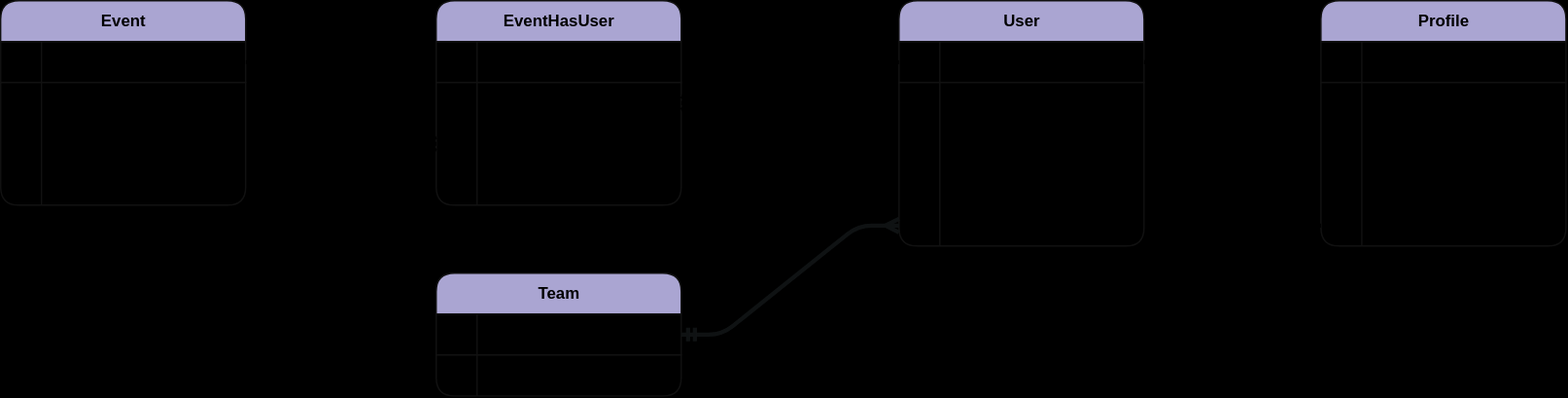
Zain031/Battle_Arena keeps this draw.io diagram as EsportRush.drawio.svg. Above is the earlier version. Source tidied: cells renumbered, new cells last; positions are measured from the earlier drawing's top-left corner, leaving out a move shared by most shapes.
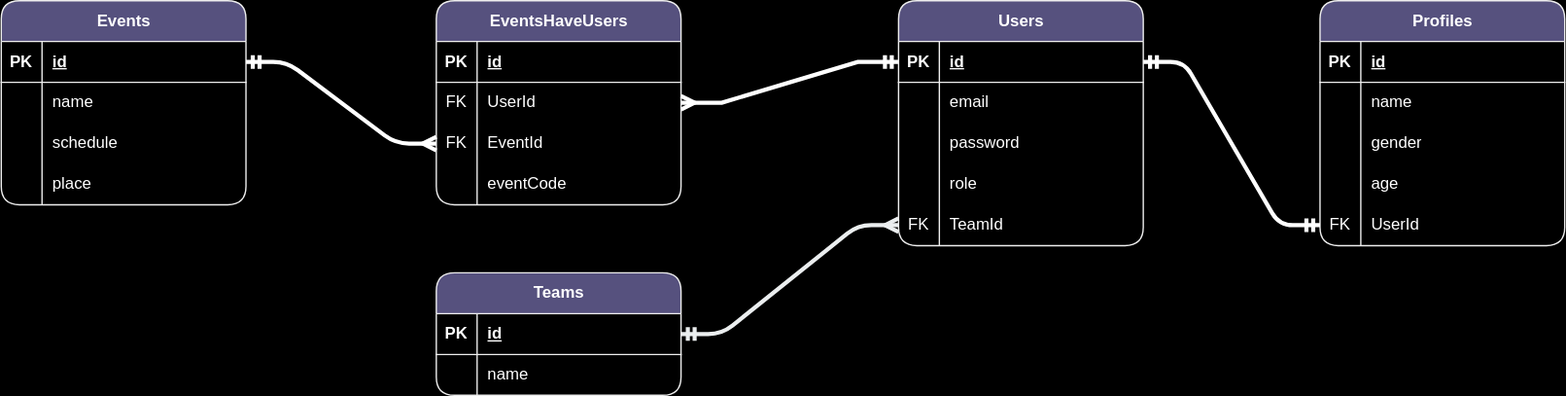
The same file after the commit.

Diff of the diagram source:
```diff
@@ -2,7 +2,7 @@
   <root>
     <mxCell id="0" />
     <mxCell id="1" parent="0" />
-    <mxCell id="2" value="User" style="shape=table;startSize=30;rowLines=0;fontStyle=1;align=center;html=1;rounded=1;labelBackgroundColor=none;fillColor=#56517E;strokeColor=#EEEEEE;fontColor=#FFFFFF;" parent="1" vertex="1">
+    <mxCell id="2" value="Users" style="shape=table;startSize=30;rowLines=0;fontStyle=1;align=center;html=1;rounded=1;labelBackgroundColor=none;fillColor=#56517E;strokeColor=#EEEEEE;fontColor=#FFFFFF;" parent="1" vertex="1">
       <mxGeometry x="660" width="180" height="180" as="geometry" />
     </mxCell>
     <mxCell id="3" style="shape=tableRow;horizontal=0;startSize=0;swimlaneHead=0;swimlaneBody=0;fillColor=none;points=[[0,0.5],[1,0.5]];portConstraint=eastwest;top=0;left=0;right=0;bottom=1;rounded=1;labelBackgroundColor=none;strokeColor=#EEEEEE;fontColor=#FFFFFF;" parent="2" vertex="1">
@@ -50,7 +50,7 @@
     <mxCell id="17" value="TeamId" style="shape=partialRectangle;fillColor=none;top=0;left=0;bottom=0;right=0;align=left;spacingLeft=6;overflow=hidden;whiteSpace=wrap;html=1;rounded=1;labelBackgroundColor=none;strokeColor=#EEEEEE;fontColor=#FFFFFF;" parent="15" vertex="1">
       <mxGeometry x="30" width="150" height="30" as="geometry" />
     </mxCell>
-    <mxCell id="18" value="Profile" style="shape=table;startSize=30;rowLines=0;fontStyle=1;align=center;html=1;rounded=1;labelBackgroundColor=none;fillColor=#56517E;strokeColor=#EEEEEE;fontColor=#FFFFFF;" parent="1" vertex="1">
+    <mxCell id="18" value="Profiles" style="shape=table;startSize=30;rowLines=0;fontStyle=1;align=center;html=1;rounded=1;labelBackgroundColor=none;fillColor=#56517E;strokeColor=#EEEEEE;fontColor=#FFFFFF;" parent="1" vertex="1">
       <mxGeometry x="970" width="180" height="180" as="geometry" />
     </mxCell>
     <mxCell id="19" style="shape=tableRow;horizontal=0;startSize=0;swimlaneHead=0;swimlaneBody=0;fillColor=none;top=0;left=0;right=0;bottom=1;rounded=1;labelBackgroundColor=none;strokeColor=#EEEEEE;fontColor=#FFFFFF;" parent="18" vertex="1">
@@ -98,7 +98,7 @@
     <mxCell id="33" value="UserId" style="shape=partialRectangle;fillColor=none;top=0;left=0;bottom=0;right=0;align=left;spacingLeft=6;overflow=hidden;whiteSpace=wrap;html=1;rounded=1;labelBackgroundColor=none;strokeColor=#EEEEEE;fontColor=#FFFFFF;" parent="31" vertex="1">
       <mxGeometry x="30" width="150" height="30" as="geometry" />
     </mxCell>
-    <mxCell id="34" value="Event" style="shape=table;startSize=30;rowLines=0;fontStyle=1;align=center;html=1;rounded=1;labelBackgroundColor=none;fillColor=#56517E;strokeColor=#EEEEEE;fontColor=#FFFFFF;" parent="1" vertex="1">
+    <mxCell id="34" value="Events" style="shape=table;startSize=30;rowLines=0;fontStyle=1;align=center;html=1;rounded=1;labelBackgroundColor=none;fillColor=#56517E;strokeColor=#EEEEEE;fontColor=#FFFFFF;" parent="1" vertex="1">
       <mxGeometry width="180" height="150" as="geometry" />
     </mxCell>
     <mxCell id="35" style="shape=tableRow;horizontal=0;startSize=0;swimlaneHead=0;swimlaneBody=0;fillColor=none;points=[[0,0.5],[1,0.5]];portConstraint=eastwest;top=0;left=0;right=0;bottom=1;rounded=1;labelBackgroundColor=none;strokeColor=#EEEEEE;fontColor=#FFFFFF;" parent="34" vertex="1">
@@ -137,7 +137,7 @@
     <mxCell id="46" value="place" style="shape=partialRectangle;fillColor=none;top=0;left=0;bottom=0;right=0;align=left;spacingLeft=6;overflow=hidden;whiteSpace=wrap;html=1;rounded=1;labelBackgroundColor=none;strokeColor=#EEEEEE;fontColor=#FFFFFF;" parent="44" vertex="1">
       <mxGeometry x="30" width="150" height="30" as="geometry" />
     </mxCell>
-    <mxCell id="47" value="EventHasUser" style="shape=table;startSize=30;rowLines=0;fontStyle=1;align=center;html=1;rounded=1;labelBackgroundColor=none;fillColor=#56517E;strokeColor=#EEEEEE;fontColor=#FFFFFF;" parent="1" vertex="1">
+    <mxCell id="47" value="EventsHaveUsers" style="shape=table;startSize=30;rowLines=0;fontStyle=1;align=center;html=1;rounded=1;labelBackgroundColor=none;fillColor=#56517E;strokeColor=#EEEEEE;fontColor=#FFFFFF;" parent="1" vertex="1">
       <mxGeometry x="320" width="180" height="150" as="geometry" />
     </mxCell>
     <mxCell id="48" style="shape=tableRow;horizontal=0;startSize=0;swimlaneHead=0;swimlaneBody=0;fillColor=none;top=0;left=0;right=0;bottom=1;rounded=1;labelBackgroundColor=none;strokeColor=#EEEEEE;fontColor=#FFFFFF;" parent="47" vertex="1">
@@ -176,7 +176,7 @@
     <mxCell id="59" value="eventCode" style="shape=partialRectangle;fillColor=none;top=0;left=0;bottom=0;right=0;align=left;spacingLeft=6;overflow=hidden;whiteSpace=wrap;html=1;rounded=1;labelBackgroundColor=none;strokeColor=#EEEEEE;fontColor=#FFFFFF;" parent="57" vertex="1">
       <mxGeometry x="30" width="150" height="30" as="geometry" />
     </mxCell>
-    <mxCell id="60" value="Team" style="shape=table;startSize=30;rowLines=0;fontStyle=1;align=center;html=1;rounded=1;labelBackgroundColor=none;fillColor=#56517E;strokeColor=#EEEEEE;fontColor=#FFFFFF;" parent="1" vertex="1">
+    <mxCell id="60" value="Teams" style="shape=table;startSize=30;rowLines=0;fontStyle=1;align=center;html=1;rounded=1;labelBackgroundColor=none;fillColor=#56517E;strokeColor=#EEEEEE;fontColor=#FFFFFF;" parent="1" vertex="1">
       <mxGeometry x="320" y="200" width="180" height="90" as="geometry" />
     </mxCell>
     <mxCell id="61" style="shape=tableRow;horizontal=0;startSize=0;swimlaneHead=0;swimlaneBody=0;fillColor=none;points=[[0,0.5],[1,0.5]];portConstraint=eastwest;top=0;left=0;right=0;bottom=1;rounded=1;labelBackgroundColor=none;strokeColor=#EEEEEE;fontColor=#FFFFFF;" parent="60" vertex="1">
```
